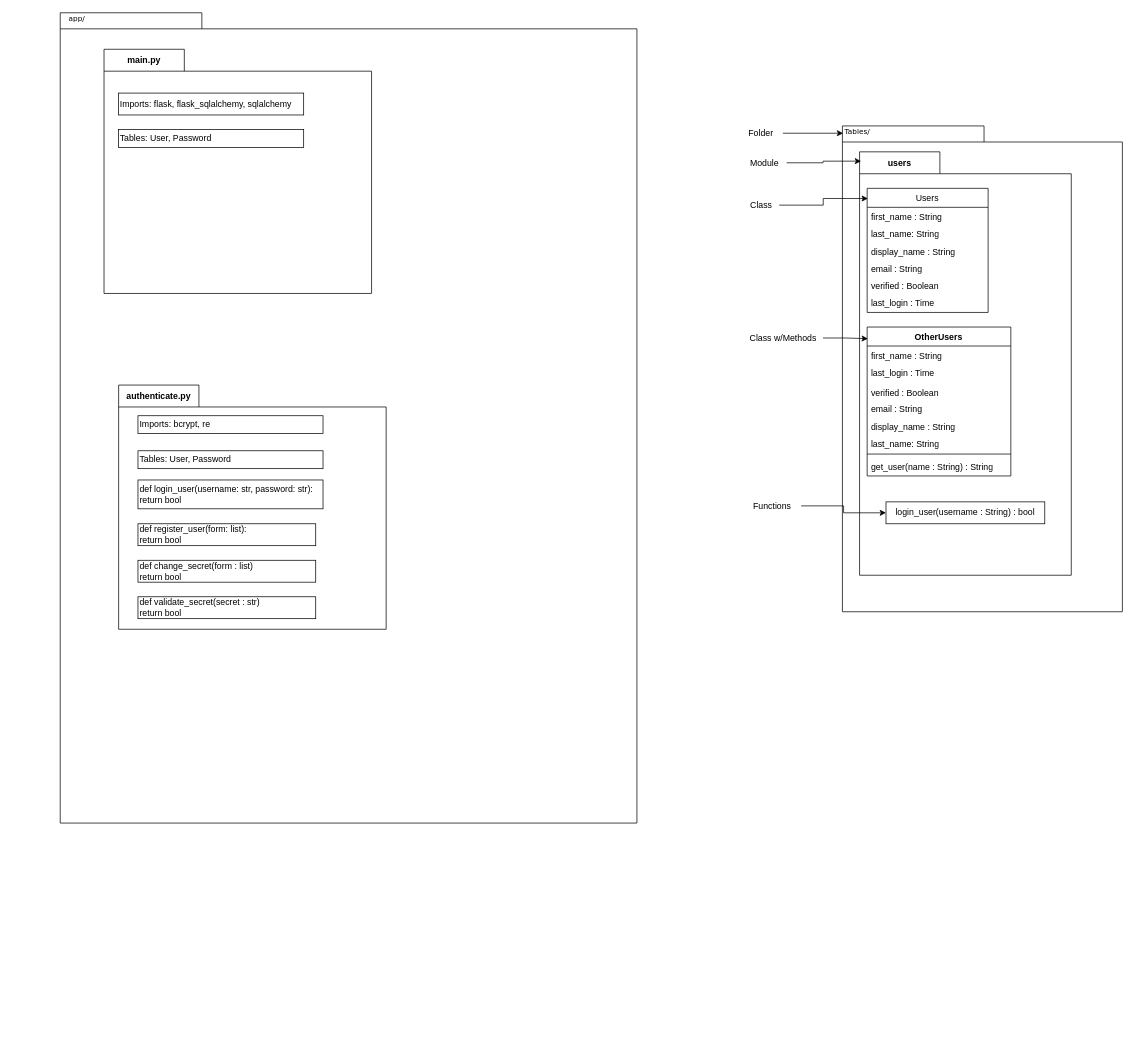
Before: .diagrams/.be/app-folder.drawio in Bilgecrank/hindsite, a draw.io diagram. Source tidied: cells renumbered, new cells numbered last; positions are measured from the earlier drawing's top-left corner, leaving out a move shared by most shapes. Both pictures are drawn from the tidied source at 73%, with x=0, y=0 at pixel (60, 12).
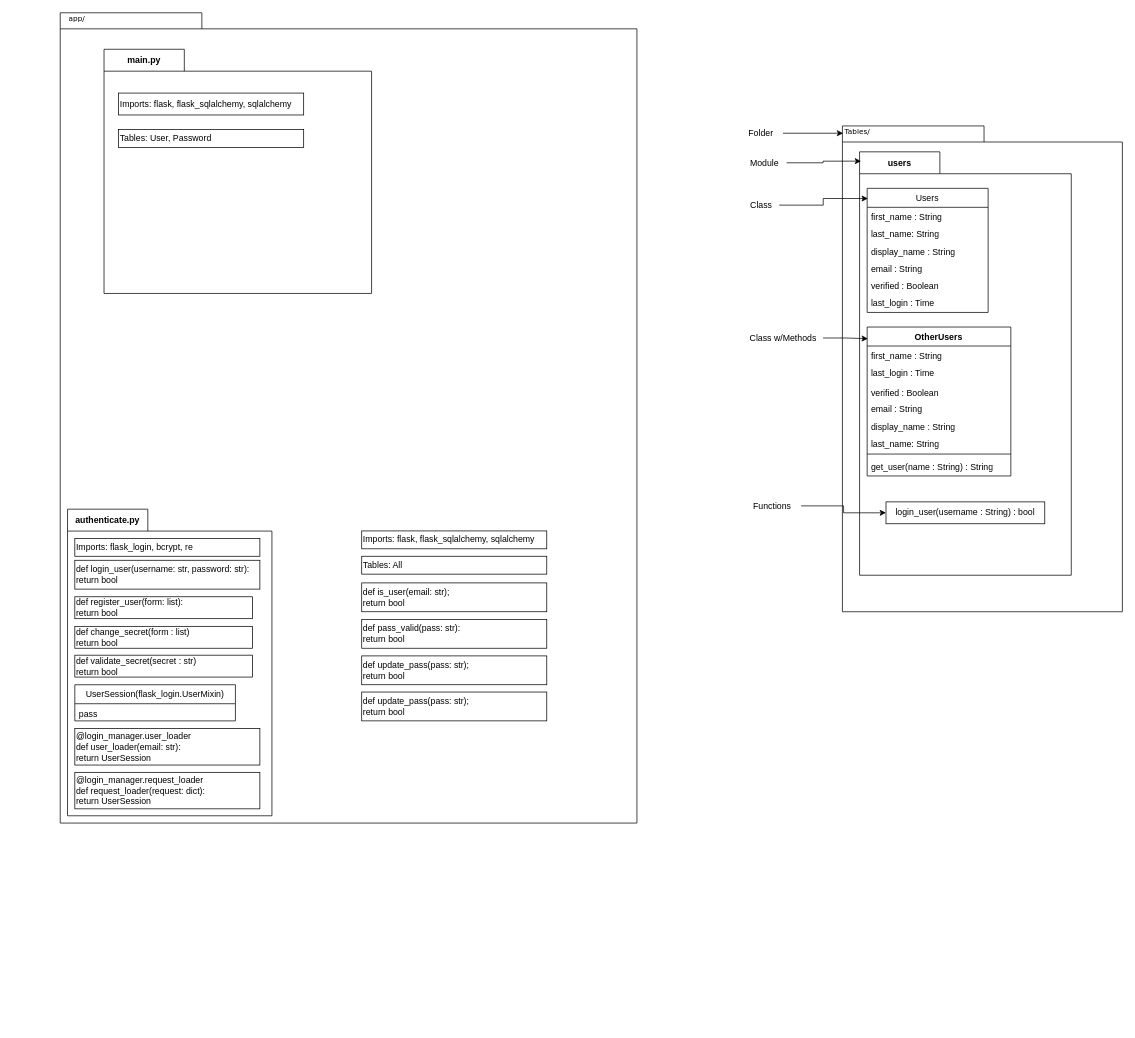
After the change.

Change to the diagram source:
```diff
@@
     <mxCell id="4" value="authenticate.py" style="shape=folder;fontStyle=1;tabWidth=110;tabHeight=30;tabPosition=left;html=1;boundedLbl=1;labelInHeader=1;whiteSpace=wrap;" parent="1" vertex="1">
-      <mxGeometry x="80" y="510" width="366.5" height="334.5" as="geometry" />
+      <mxGeometry x="10" y="680" width="280" height="420" as="geometry" />
     </mxCell>
     <mxCell id="5" style="html=1;strokeColor=none;fillColor=none;whiteSpace=wrap;" parent="4" vertex="1">
-      <mxGeometry width="366.5" height="180.84" relative="1" as="geometry">
+      <mxGeometry width="280" height="227.07" relative="1" as="geometry">
         <mxPoint y="30" as="offset" />
       </mxGeometry>
     </mxCell>
-    <mxCell id="6" value="def login_user(username: str, password: str): &lt;br&gt;return bool" style="html=1;whiteSpace=wrap;align=left;" parent="4" vertex="1">
-      <mxGeometry x="26.5" y="130" width="253.5" height="39.5" as="geometry" />
-    </mxCell>
-    <mxCell id="7" value="def register_user(form: list): &lt;br&gt;return bool" style="html=1;whiteSpace=wrap;align=left;" parent="4" vertex="1">
-      <mxGeometry x="26.5" y="190" width="243.5" height="30" as="geometry" />
-    </mxCell>
-    <mxCell id="8" value="def change_secret(form : list)&lt;br&gt;return bool" style="html=1;whiteSpace=wrap;align=left;" parent="4" vertex="1">
-      <mxGeometry x="26.5" y="240" width="243.5" height="30" as="geometry" />
-    </mxCell>
-    <mxCell id="9" value="Tables: User, Password" style="html=1;whiteSpace=wrap;align=left;" parent="4" vertex="1">
-      <mxGeometry x="26.5" y="90" width="253.5" height="24.5" as="geometry" />
-    </mxCell>
-    <mxCell id="10" value="def validate_secret(secret : str)&lt;br&gt;return bool" style="html=1;whiteSpace=wrap;align=left;" parent="4" vertex="1">
-      <mxGeometry x="26.5" y="290" width="243.5" height="30" as="geometry" />
-    </mxCell>
-    <mxCell id="11" value="Imports: bcrypt, re" style="html=1;whiteSpace=wrap;align=left;" parent="4" vertex="1">
-      <mxGeometry x="26.5" y="42" width="253.5" height="24.5" as="geometry" />
-    </mxCell>
@@
+    <mxCell id="6" value="def login_user(username: str, password: str): &lt;br&gt;return bool" style="html=1;whiteSpace=wrap;align=left;" parent="1" vertex="1">
+      <mxGeometry x="20" y="750" width="253.5" height="39.5" as="geometry" />
+    </mxCell>
+    <mxCell id="7" value="def register_user(form: list): &lt;br&gt;return bool" style="html=1;whiteSpace=wrap;align=left;" parent="1" vertex="1">
+      <mxGeometry x="20" y="800" width="243.5" height="30" as="geometry" />
+    </mxCell>
+    <mxCell id="8" value="def change_secret(form : list)&lt;br&gt;return bool" style="html=1;whiteSpace=wrap;align=left;" parent="1" vertex="1">
+      <mxGeometry x="20" y="840.5" width="243.5" height="30" as="geometry" />
+    </mxCell>
+    <mxCell id="10" value="def validate_secret(secret : str)&lt;br&gt;return bool" style="html=1;whiteSpace=wrap;align=left;" parent="1" vertex="1">
+      <mxGeometry x="20" y="880" width="243.5" height="30" as="geometry" />
+    </mxCell>
+    <mxCell id="11" value="Imports: flask_login, bcrypt, re" style="html=1;whiteSpace=wrap;align=left;" parent="1" vertex="1">
+      <mxGeometry x="20" y="720" width="253.5" height="24.5" as="geometry" />
+    </mxCell>
+    <mxCell id="47" value="UserSession(flask_login.UserMixin)" style="swimlane;fontStyle=0;horizontal=1;startSize=26;fillColor=none;whiteSpace=wrap;html=1;" parent="1" vertex="1">
+      <mxGeometry x="20" y="920.5" width="220" height="49.5" as="geometry" />
+    </mxCell>
+    <mxCell id="48" value="pass" style="text;strokeColor=none;fillColor=none;align=left;verticalAlign=top;spacingLeft=4;spacingRight=4;overflow=hidden;whiteSpace=wrap;html=1;" parent="47" vertex="1">
+      <mxGeometry y="26" width="220" height="23.5" as="geometry" />
+    </mxCell>
+    <mxCell id="49" value="@login_manager.user_loader&lt;br&gt;def user_loader(email: str): &lt;br&gt;return UserSession" style="html=1;whiteSpace=wrap;align=left;" parent="1" vertex="1">
+      <mxGeometry x="20" y="980.5" width="253.5" height="50" as="geometry" />
+    </mxCell>
+    <mxCell id="50" value="@login_manager.request_loader&lt;br&gt;def request_loader(request: dict): &lt;br&gt;return UserSession" style="html=1;whiteSpace=wrap;align=left;" parent="1" vertex="1">
+      <mxGeometry x="20" y="1040.5" width="253.5" height="50" as="geometry" />
+    </mxCell>
+    <mxCell id="51" style="html=1;strokeColor=none;fillColor=none;whiteSpace=wrap;" parent="1" vertex="1">
+      <mxGeometry x="-65" y="1160" width="280" height="227.1" as="geometry" />
+    </mxCell>
+    <mxCell id="52" value="Imports: flask, flask_sqlalchemy, sqlalchemy" style="html=1;whiteSpace=wrap;align=left;" parent="1" vertex="1">
+      <mxGeometry x="413" y="709.8" width="253.5" height="24.5" as="geometry" />
+    </mxCell>
+    <mxCell id="53" value="Tables: All" style="html=1;whiteSpace=wrap;align=left;" parent="1" vertex="1">
+      <mxGeometry x="413" y="744.5" width="253.5" height="24.5" as="geometry" />
+    </mxCell>
+    <mxCell id="54" value="def is_user(email: str);&lt;br&gt;return bool" style="html=1;whiteSpace=wrap;align=left;" parent="1" vertex="1">
+      <mxGeometry x="413" y="781" width="253.5" height="39.5" as="geometry" />
+    </mxCell>
+    <mxCell id="55" value="def pass_valid(pass: str):&lt;br&gt;return bool" style="html=1;whiteSpace=wrap;align=left;" parent="1" vertex="1">
+      <mxGeometry x="413" y="831" width="253.5" height="39.5" as="geometry" />
+    </mxCell>
+    <mxCell id="56" value="def update_pass(pass: str);&lt;br&gt;return bool" style="html=1;whiteSpace=wrap;align=left;" parent="1" vertex="1">
+      <mxGeometry x="413" y="881" width="253.5" height="39.5" as="geometry" />
+    </mxCell>
+    <mxCell id="57" value="def update_pass(pass: str);&lt;br&gt;return bool" style="html=1;whiteSpace=wrap;align=left;" parent="1" vertex="1">
+      <mxGeometry x="413" y="930.5" width="253.5" height="39.5" as="geometry" />
+    </mxCell>
```
